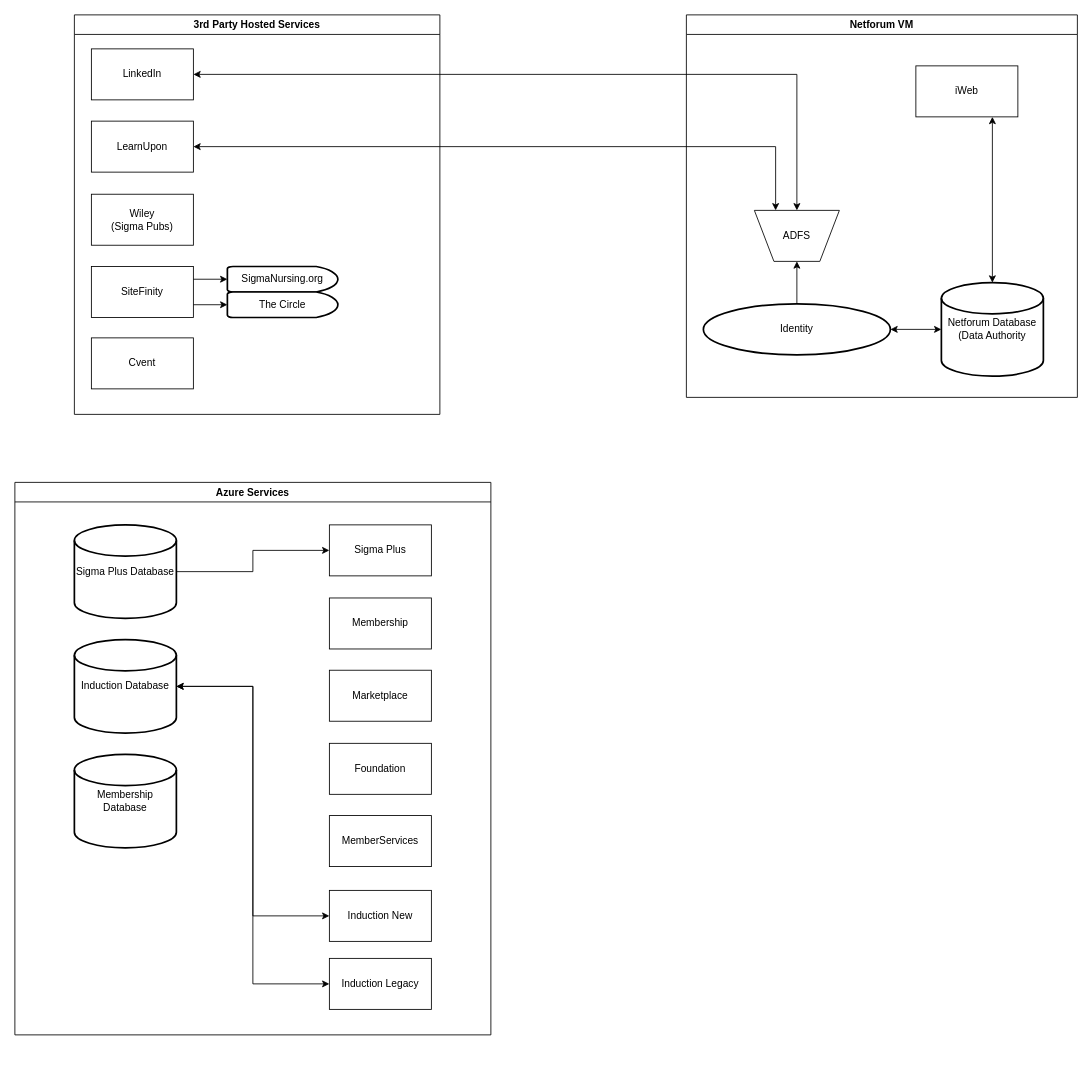
The draw.io diagram Untitled Diagram.drawio in mitcht/draw.io, before the edit. Source tidied: cells renumbered, new cells numbered last; positions are measured from the earlier drawing's top-left corner, leaving out a move shared by most shapes. Both pictures are drawn from the tidied source at 85%, with x=0, y=0 at pixel (14, 14).
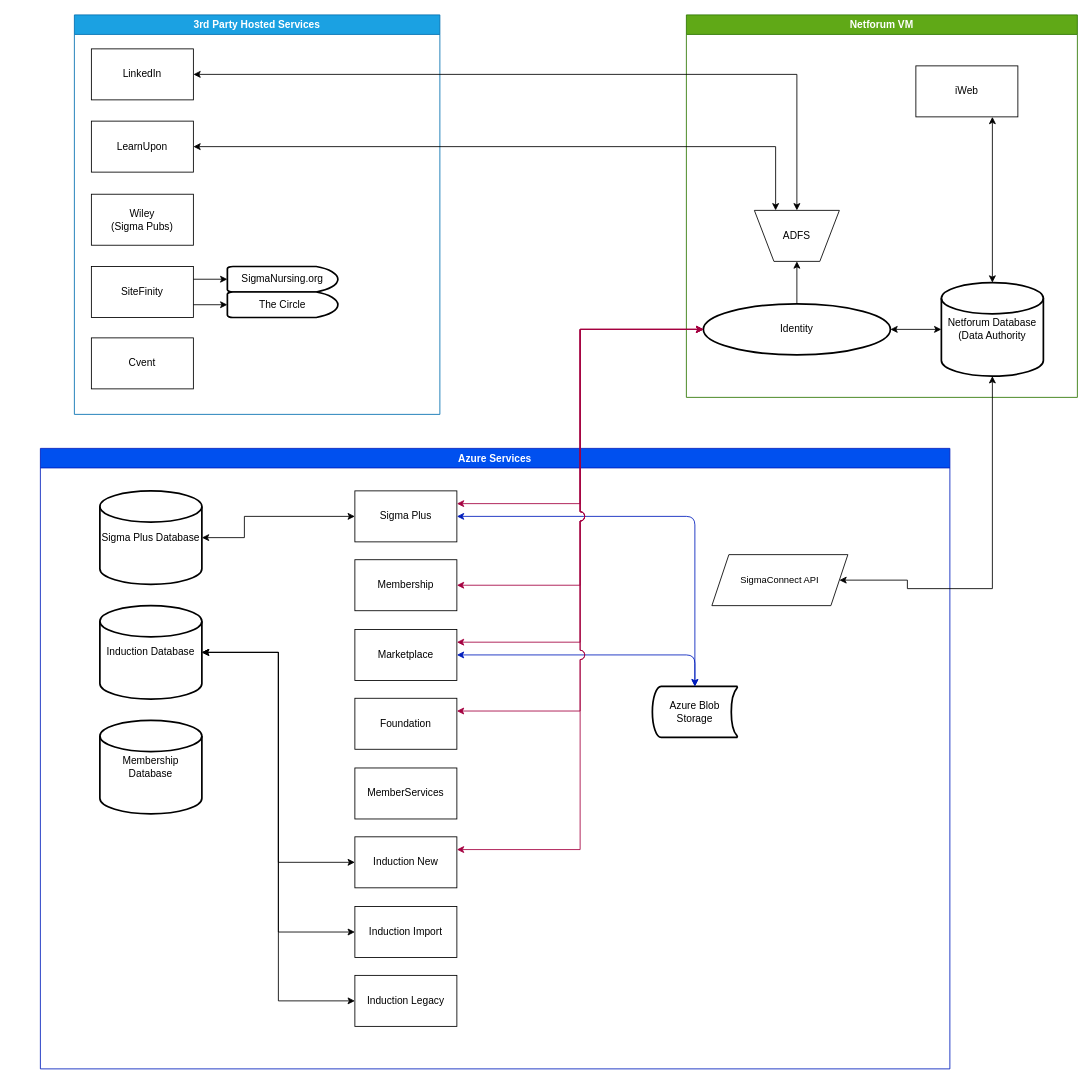
Above is the later version.

The change refers to these unchanged cells:
```xml
<mxCell id="4" value="Identity" style="strokeWidth=2;html=1;shape=mxgraph.flowchart.start_1;whiteSpace=wrap;" parent="2" vertex="1">
  <mxGeometry x="20" y="340" width="220" height="60" as="geometry" />
</mxCell>
<mxCell id="5" value="ADFS" style="verticalLabelPosition=middle;verticalAlign=middle;html=1;shape=trapezoid;perimeter=trapezoidPerimeter;whiteSpace=wrap;size=0.23;arcSize=10;flipV=1;labelPosition=center;align=center;" parent="2" vertex="1">
  <mxGeometry x="80" y="230" width="100" height="60" as="geometry" />
</mxCell>
<mxCell id="8" value="Netforum Database (Data Authority" style="strokeWidth=2;html=1;shape=mxgraph.flowchart.database;whiteSpace=wrap;" parent="2" vertex="1">
  <mxGeometry x="300" y="315" width="120" height="110" as="geometry" />
</mxCell>
<mxCell id="11" value="Sigma Plus" style="rounded=0;whiteSpace=wrap;html=1;" parent="10" vertex="1">
  <mxGeometry x="370" y="50" width="120" height="60" as="geometry" />
</mxCell>
<mxCell id="19" value="Induction Database" style="strokeWidth=2;html=1;shape=mxgraph.flowchart.database;whiteSpace=wrap;" parent="10" vertex="1">
  <mxGeometry x="70" y="185" width="120" height="110" as="geometry" />
</mxCell>
<mxCell id="21" value="Sigma Plus Database" style="strokeWidth=2;html=1;shape=mxgraph.flowchart.database;whiteSpace=wrap;" parent="10" vertex="1">
  <mxGeometry x="70" y="50" width="120" height="110" as="geometry" />
</mxCell>
<mxCell id="25" value="LinkedIn" style="rounded=0;whiteSpace=wrap;html=1;" parent="24" vertex="1">
  <mxGeometry x="20" y="40" width="120" height="60" as="geometry" />
</mxCell>
```

What changed in the source:
```diff
@@
-    <mxCell id="2" value="Netforum VM" style="swimlane;whiteSpace=wrap;html=1;" parent="1" vertex="1">
+    <mxCell id="2" value="Netforum VM" style="swimlane;whiteSpace=wrap;html=1;fillColor=#60a917;fontColor=#ffffff;strokeColor=#2D7600;" parent="1" vertex="1">
       <mxGeometry x="790" width="460" height="450" as="geometry" />
     </mxCell>
@@
-    <mxCell id="10" value="Azure Services" style="swimlane;whiteSpace=wrap;html=1;" parent="1" vertex="1">
-      <mxGeometry y="550" width="560" height="650" as="geometry" />
+    <mxCell id="10" value="Azure Services" style="swimlane;whiteSpace=wrap;html=1;fillColor=#0050ef;fontColor=#ffffff;strokeColor=#001DBC;" parent="1" vertex="1">
+      <mxGeometry x="30" y="510" width="1070" height="730" as="geometry" />
     </mxCell>
@@
     <mxCell id="12" value="MemberServices" style="rounded=0;whiteSpace=wrap;html=1;" parent="10" vertex="1">
-      <mxGeometry x="370" y="392" width="120" height="60" as="geometry" />
+      <mxGeometry x="370" y="376" width="120" height="60" as="geometry" />
     </mxCell>
     <mxCell id="13" value="Foundation" style="rounded=0;whiteSpace=wrap;html=1;" parent="10" vertex="1">
-      <mxGeometry x="370" y="307" width="120" height="60" as="geometry" />
+      <mxGeometry x="370" y="294" width="120" height="60" as="geometry" />
     </mxCell>
     <mxCell id="14" value="Marketplace" style="rounded=0;whiteSpace=wrap;html=1;" parent="10" vertex="1">
-      <mxGeometry x="370" y="221" width="120" height="60" as="geometry" />
+      <mxGeometry x="370" y="213" width="120" height="60" as="geometry" />
     </mxCell>
     <mxCell id="15" value="Membership" style="rounded=0;whiteSpace=wrap;html=1;" parent="10" vertex="1">
-      <mxGeometry x="370" y="136" width="120" height="60" as="geometry" />
+      <mxGeometry x="370" y="131" width="120" height="60" as="geometry" />
     </mxCell>
@@
-    <mxCell id="20" style="edgeStyle=orthogonalEdgeStyle;rounded=0;jettySize=auto;html=1;exitX=1;exitY=0.5;exitDx=0;exitDy=0;exitPerimeter=0;entryX=0;entryY=0.5;entryDx=0;entryDy=0;" parent="10" edge="1" source="21" target="11">
-      <mxGeometry relative="1" as="geometry" />
+    <mxCell id="20" style="edgeStyle=orthogonalEdgeStyle;rounded=0;jettySize=auto;html=1;exitX=1;exitY=0.5;exitDx=0;exitDy=0;exitPerimeter=0;entryX=0;entryY=0.5;entryDx=0;entryDy=0;startArrow=classic;startFill=1;" parent="10" edge="1" source="21" target="11">
+      <mxGeometry relative="1" as="geometry">
+        <Array as="points">
+          <mxPoint x="240" y="105" />
+          <mxPoint x="240" y="80" />
+        </Array>
+      </mxGeometry>
     </mxCell>
@@
     <mxCell id="22" value="Induction New" style="rounded=0;whiteSpace=wrap;html=1;" parent="10" vertex="1">
-      <mxGeometry x="370" y="480" width="120" height="60" as="geometry" />
+      <mxGeometry x="370" y="457" width="120" height="60" as="geometry" />
     </mxCell>
     <mxCell id="23" value="Induction Legacy" style="rounded=0;whiteSpace=wrap;html=1;" parent="10" vertex="1">
-      <mxGeometry x="370" y="560" width="120" height="60" as="geometry" />
+      <mxGeometry x="370" y="620" width="120" height="60" as="geometry" />
     </mxCell>
+    <mxCell id="37" value="Azure Blob Storage" style="strokeWidth=2;html=1;shape=mxgraph.flowchart.stored_data;whiteSpace=wrap;" parent="10" vertex="1">
+      <mxGeometry x="720" y="280" width="100" height="60" as="geometry" />
+    </mxCell>
+    <mxCell id="38" value="SigmaConnect API" style="shape=parallelogram;perimeter=parallelogramPerimeter;whiteSpace=wrap;html=1;fixedSize=1;fontFamily=Helvetica;fontSize=11;fontColor=default;labelBackgroundColor=default;" parent="10" vertex="1">
+      <mxGeometry x="790" y="125" width="160" height="60" as="geometry" />
+    </mxCell>
+    <mxCell id="39" value="Induction Import" style="rounded=0;whiteSpace=wrap;html=1;" parent="10" vertex="1">
+      <mxGeometry x="370" y="539" width="120" height="60" as="geometry" />
+    </mxCell>
+    <mxCell id="40" style="edgeStyle=orthogonalEdgeStyle;shape=connector;rounded=0;jumpStyle=arc;jumpSize=11;jettySize=auto;html=1;exitX=0;exitY=0.5;exitDx=0;exitDy=0;entryX=1;entryY=0.5;entryDx=0;entryDy=0;entryPerimeter=0;strokeColor=default;align=center;verticalAlign=middle;fontFamily=Helvetica;fontSize=11;fontColor=default;labelBackgroundColor=default;startArrow=classic;startFill=1;endArrow=classic;" parent="10" edge="1" source="39" target="19">
+      <mxGeometry relative="1" as="geometry" />
+    </mxCell>
+    <mxCell id="41" style="edgeStyle=orthogonalEdgeStyle;shape=connector;rounded=1;jumpStyle=arc;jumpSize=11;jettySize=auto;html=1;exitX=1;exitY=0.5;exitDx=0;exitDy=0;entryX=0.5;entryY=0;entryDx=0;entryDy=0;entryPerimeter=0;strokeColor=light-dark(#001DBC,#3100FF);align=center;verticalAlign=middle;fontFamily=Helvetica;fontSize=11;fontColor=default;labelBackgroundColor=default;startArrow=classic;startFill=1;endArrow=classic;fillColor=#0050ef;curved=0;" parent="10" edge="1" source="11" target="37">
+      <mxGeometry relative="1" as="geometry" />
+    </mxCell>
+    <mxCell id="42" style="edgeStyle=orthogonalEdgeStyle;shape=connector;rounded=1;jumpStyle=arc;jumpSize=11;jettySize=auto;html=1;exitX=1;exitY=0.5;exitDx=0;exitDy=0;entryX=0.5;entryY=0;entryDx=0;entryDy=0;entryPerimeter=0;strokeColor=light-dark(#001DBC,#3100FF);align=center;verticalAlign=middle;fontFamily=Helvetica;fontSize=11;fontColor=default;labelBackgroundColor=default;startArrow=classic;startFill=1;endArrow=classic;curved=0;fillColor=#0050ef;" parent="10" edge="1" source="14" target="37">
+      <mxGeometry relative="1" as="geometry" />
+    </mxCell>
-    <mxCell id="24" value="3rd Party Hosted Services" style="swimlane;whiteSpace=wrap;html=1;" parent="1" vertex="1">
+    <mxCell id="24" value="3rd Party Hosted Services" style="swimlane;whiteSpace=wrap;html=1;shadow=0;swimlaneLine=1;rounded=0;strokeColor=#006EAF;fillColor=#1ba1e2;fontColor=#ffffff;" parent="1" vertex="1">
       <mxGeometry x="70" width="430" height="470" as="geometry" />
     </mxCell>
@@
-    <mxCell id="36" style="edgeStyle=orthogonalEdgeStyle;rounded=0;jettySize=auto;html=1;exitX=1;exitY=0.5;exitDx=0;exitDy=0;entryX=0.5;entryY=0;entryDx=0;entryDy=0;startArrow=classic;startFill=1;" parent="1" edge="1" source="25" target="5">
+    <mxCell id="36" style="edgeStyle=orthogonalEdgeStyle;rounded=0;jettySize=auto;html=1;exitX=1;exitY=0.5;exitDx=0;exitDy=0;entryX=0.5;entryY=0;entryDx=0;entryDy=0;startArrow=classic;startFill=1;strokeColor=default;align=center;verticalAlign=middle;fontFamily=Helvetica;fontSize=11;fontColor=default;labelBackgroundColor=default;jumpStyle=arc;jumpSize=11;endArrow=classic;" parent="1" edge="1" source="25" target="5">
       <mxGeometry relative="1" as="geometry" />
     </mxCell>
+    <mxCell id="43" style="edgeStyle=orthogonalEdgeStyle;shape=connector;rounded=0;jumpStyle=arc;jumpSize=11;jettySize=auto;html=1;exitX=0.5;exitY=1;exitDx=0;exitDy=0;exitPerimeter=0;entryX=1;entryY=0.5;entryDx=0;entryDy=0;strokeColor=default;align=center;verticalAlign=middle;fontFamily=Helvetica;fontSize=11;fontColor=default;labelBackgroundColor=default;startArrow=classic;startFill=1;endArrow=classic;" parent="1" edge="1" source="8" target="38">
+      <mxGeometry relative="1" as="geometry">
+        <Array as="points">
+          <mxPoint x="1150" y="675" />
+          <mxPoint x="1050" y="675" />
+          <mxPoint x="1050" y="665" />
+        </Array>
+      </mxGeometry>
+    </mxCell>
+    <mxCell id="44" style="edgeStyle=orthogonalEdgeStyle;shape=connector;rounded=0;jumpStyle=arc;jumpSize=11;jettySize=auto;html=1;exitX=1;exitY=0.5;exitDx=0;exitDy=0;entryX=0;entryY=0.5;entryDx=0;entryDy=0;entryPerimeter=0;strokeColor=#A50040;align=center;verticalAlign=middle;fontFamily=Helvetica;fontSize=11;fontColor=default;labelBackgroundColor=default;startArrow=classic;startFill=1;endArrow=classic;fillColor=#d80073;" parent="1" edge="1" source="15" target="4">
+      <mxGeometry relative="1" as="geometry" />
+    </mxCell>
+    <mxCell id="45" style="edgeStyle=orthogonalEdgeStyle;shape=connector;rounded=0;jumpStyle=arc;jumpSize=11;jettySize=auto;html=1;exitX=1;exitY=0.25;exitDx=0;exitDy=0;entryX=0;entryY=0.5;entryDx=0;entryDy=0;entryPerimeter=0;strokeColor=#A50040;align=center;verticalAlign=middle;fontFamily=Helvetica;fontSize=11;fontColor=default;labelBackgroundColor=default;startArrow=classic;startFill=1;endArrow=classic;fillColor=#d80073;" parent="1" edge="1" source="11" target="4">
+      <mxGeometry relative="1" as="geometry" />
+    </mxCell>
+    <mxCell id="46" style="edgeStyle=orthogonalEdgeStyle;shape=connector;rounded=0;jumpStyle=arc;jumpSize=11;jettySize=auto;html=1;exitX=1;exitY=0.25;exitDx=0;exitDy=0;entryX=0;entryY=0.5;entryDx=0;entryDy=0;entryPerimeter=0;strokeColor=#A50040;align=center;verticalAlign=middle;fontFamily=Helvetica;fontSize=11;fontColor=default;labelBackgroundColor=default;startArrow=classic;startFill=1;endArrow=classic;fillColor=#d80073;" parent="1" edge="1" source="14" target="4">
+      <mxGeometry relative="1" as="geometry" />
+    </mxCell>
+    <mxCell id="47" style="edgeStyle=orthogonalEdgeStyle;shape=connector;rounded=0;jumpStyle=arc;jumpSize=11;jettySize=auto;html=1;exitX=1;exitY=0.25;exitDx=0;exitDy=0;entryX=0;entryY=0.5;entryDx=0;entryDy=0;entryPerimeter=0;strokeColor=#A50040;align=center;verticalAlign=middle;fontFamily=Helvetica;fontSize=11;fontColor=default;labelBackgroundColor=default;startArrow=classic;startFill=1;endArrow=classic;fillColor=#d80073;" parent="1" edge="1" source="13" target="4">
+      <mxGeometry relative="1" as="geometry" />
+    </mxCell>
+    <mxCell id="48" style="edgeStyle=orthogonalEdgeStyle;shape=connector;rounded=0;jumpStyle=arc;jumpSize=11;jettySize=auto;html=1;exitX=1;exitY=0.25;exitDx=0;exitDy=0;entryX=0;entryY=0.5;entryDx=0;entryDy=0;entryPerimeter=0;strokeColor=#A50040;align=center;verticalAlign=middle;fontFamily=Helvetica;fontSize=11;fontColor=default;labelBackgroundColor=default;startArrow=classic;startFill=1;endArrow=classic;fillColor=#d80073;" parent="1" edge="1" source="22" target="4">
+      <mxGeometry relative="1" as="geometry" />
+    </mxCell>
```
